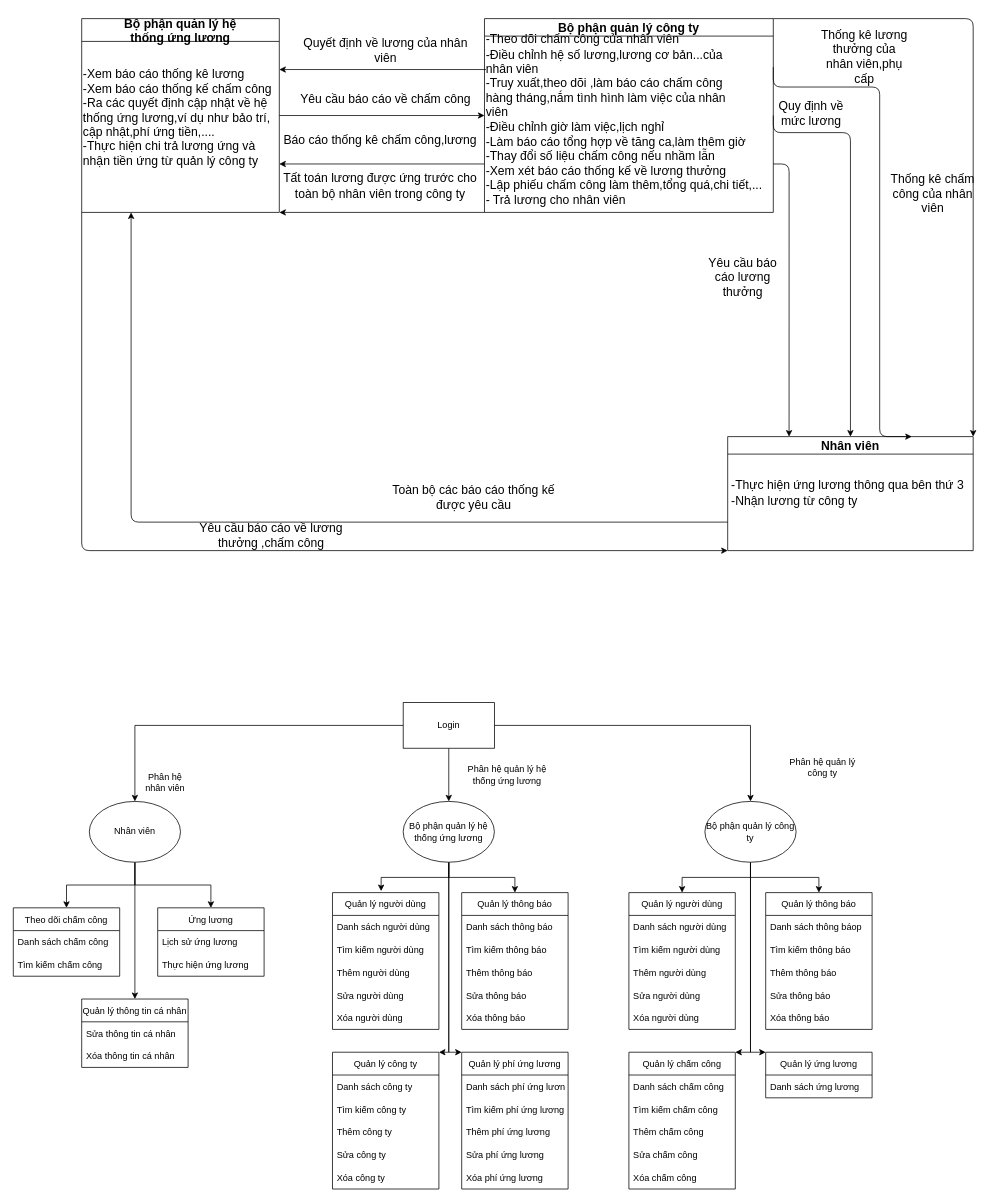
Above: word/Webungluong.drawio in thangdinh99/WebUngLuong (draw.io), before the change. Source tidied: cells renumbered, new cells numbered last; positions are measured from the earlier drawing's top-left corner, leaving out a move shared by most shapes. Both pictures are drawn from the tidied source at 76%, with x=0, y=0 at pixel (13, 18).
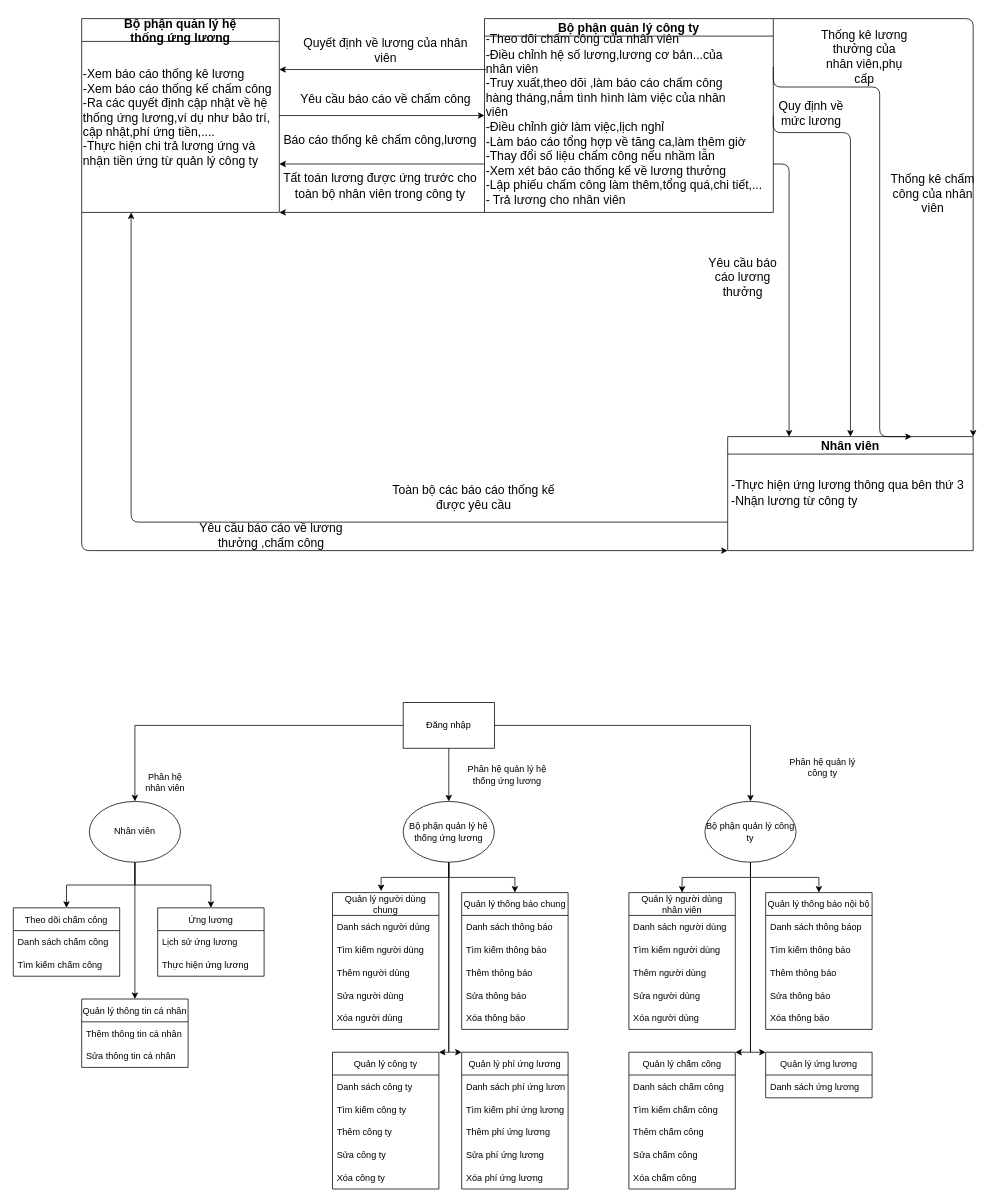
The same diagram, later.

The change refers to these unchanged cells:
```xml
<mxCell id="99" value="Quản lý thông tin cá nhân" style="swimlane;fontStyle=0;horizontal=1;startSize=30;" parent="1" vertex="1">
  <mxGeometry x="90" y="1290" width="140" height="90" as="geometry" />
</mxCell>
```

What changed in the source:
```diff
@@
-    <mxCell id="31" value="Login" style="rounded=0;whiteSpace=wrap;html=1;" parent="1" vertex="1">
+    <mxCell id="31" value="Đăng nhập" style="rounded=0;whiteSpace=wrap;html=1;" parent="1" vertex="1">
       <mxGeometry x="513" y="900" width="120" height="60" as="geometry" />
     </mxCell>
@@
-    <mxCell id="49" value="Quản lý người dùng" style="swimlane;fontStyle=0;horizontal=1;startSize=30;" parent="1" vertex="1">
+    <mxCell id="49" value="Quản lý người dùng &#10;chung" style="swimlane;fontStyle=0;horizontal=1;startSize=30;" parent="1" vertex="1">
       <mxGeometry x="420" y="1150" width="140" height="180" as="geometry" />
     </mxCell>
@@
-    <mxCell id="55" value="Quản lý thông báo" style="swimlane;fontStyle=0;horizontal=1;startSize=30;" parent="1" vertex="1">
+    <mxCell id="55" value="Quản lý thông báo chung" style="swimlane;fontStyle=0;horizontal=1;startSize=30;" parent="1" vertex="1">
       <mxGeometry x="590" y="1150" width="140" height="180" as="geometry" />
     </mxCell>
@@
-    <mxCell id="61" value="Quản lý người dùng" style="swimlane;fontStyle=0;horizontal=1;startSize=30;" parent="1" vertex="1">
+    <mxCell id="61" value="Quản lý người dùng &#10;nhân viên" style="swimlane;fontStyle=0;horizontal=1;startSize=30;" parent="1" vertex="1">
       <mxGeometry x="810" y="1150" width="140" height="180" as="geometry" />
     </mxCell>
@@
-    <mxCell id="67" value="Quản lý thông báo" style="swimlane;fontStyle=0;horizontal=1;startSize=30;" parent="1" vertex="1">
+    <mxCell id="67" value="Quản lý thông báo nội bộ" style="swimlane;fontStyle=0;horizontal=1;startSize=30;" parent="1" vertex="1">
       <mxGeometry x="990" y="1150" width="140" height="180" as="geometry" />
     </mxCell>
@@
+    <mxCell id="101" value="Thêm thông tin cá nhân" style="text;strokeColor=none;fillColor=none;align=left;verticalAlign=middle;spacingLeft=4;spacingRight=4;overflow=hidden;" parent="99" vertex="1">
+      <mxGeometry y="30" width="140" height="30" as="geometry" />
+    </mxCell>
     <mxCell id="100" value="Sửa thông tin cá nhân" style="text;strokeColor=none;fillColor=none;align=left;verticalAlign=middle;spacingLeft=4;spacingRight=4;overflow=hidden;" parent="99" vertex="1">
-      <mxGeometry y="30" width="140" height="30" as="geometry" />
+      <mxGeometry y="60" width="140" height="30" as="geometry" />
     </mxCell>
-    <mxCell id="101" value="Xóa thông tin cá nhân" style="text;strokeColor=none;fillColor=none;align=left;verticalAlign=middle;spacingLeft=4;spacingRight=4;overflow=hidden;" parent="99" vertex="1">
-      <mxGeometry y="60" width="140" height="30" as="geometry" />
-    </mxCell>
```
